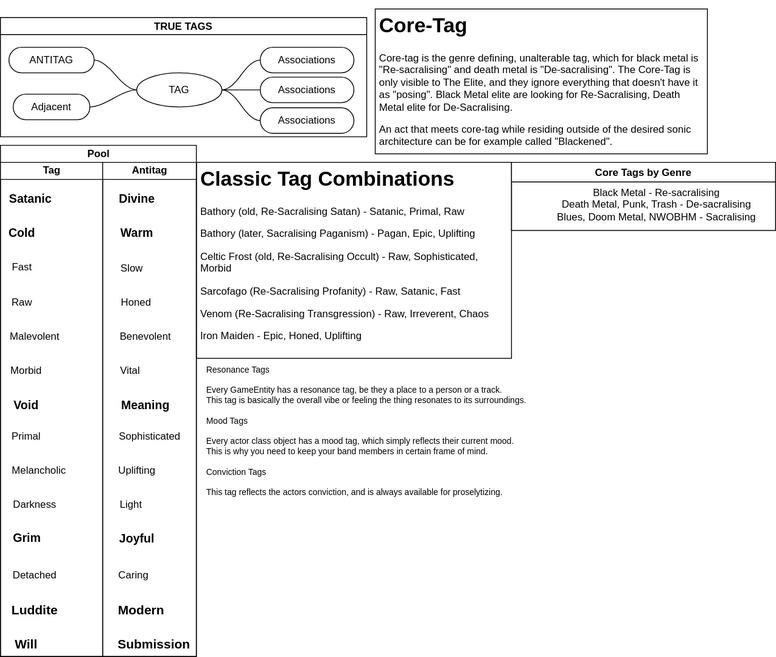
Above: TheProspector/Assets/Schematics/TRUE.svg in SakuNurmiranta/TheProspector (draw.io), before the change. Source tidied: cells renumbered, new cells last; positions are measured from the earlier drawing's top-left corner, leaving out a move shared by most shapes.
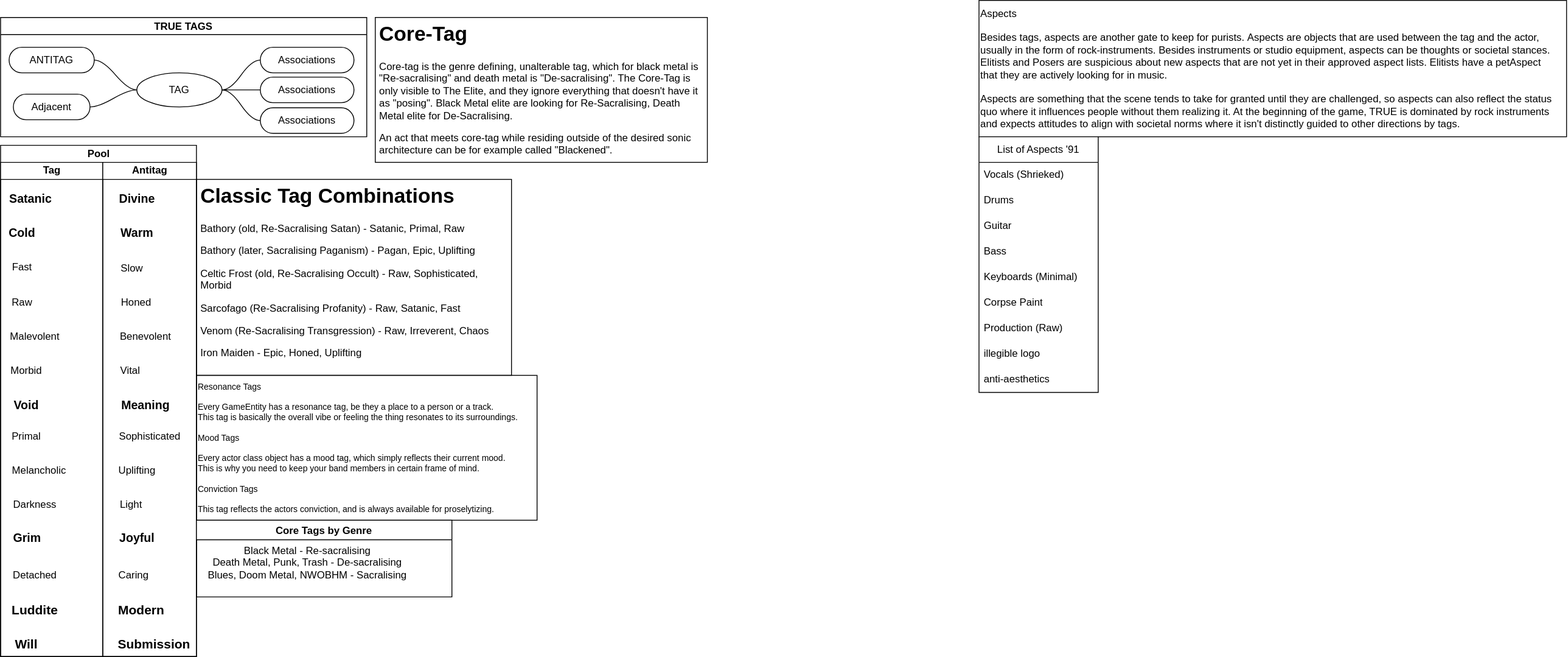
The same diagram one commit later.

Commit message:
Worked with designing a structure, and came up with Aspects and Resonance system

The edit, as a diff of the source:
```diff
@@ -3,7 +3,7 @@
     <mxCell id="0" />
     <mxCell id="1" parent="0" />
     <mxCell id="2" value="TRUE TAGS" style="swimlane;startSize=20;horizontal=1;containerType=tree;" parent="1" vertex="1">
-      <mxGeometry y="10" width="430" height="140" as="geometry" />
+      <mxGeometry x="-80" y="-40" width="430" height="140" as="geometry" />
     </mxCell>
     <mxCell id="3" style="edgeStyle=entityRelationEdgeStyle;startArrow=none;endArrow=none;segment=10;curved=1;sourcePerimeterSpacing=0;targetPerimeterSpacing=0;rounded=0;" parent="2" edge="1" source="8" target="9">
       <mxGeometry relative="1" as="geometry" />
@@ -39,7 +39,7 @@
       <mxGeometry x="15" y="90" width="90" height="30" as="geometry" />
     </mxCell>
     <mxCell id="14" value="Pool" style="swimlane;startSize=20;html=1;" parent="1" vertex="1">
-      <mxGeometry y="160" width="230" height="600" as="geometry" />
+      <mxGeometry x="-80" y="110" width="230" height="600" as="geometry" />
     </mxCell>
     <mxCell id="15" value="Tag" style="swimlane;startSize=20;html=1;" parent="14" vertex="1">
       <mxGeometry y="20" width="120" height="580" as="geometry" />
@@ -132,19 +132,52 @@
       <mxGeometry x="5" y="550" width="110" height="30" as="geometry" />
     </mxCell>
     <mxCell id="45" value="&lt;h1&gt;Classic Tag Combinations&lt;/h1&gt;&lt;p&gt;Bathory (old, Re-Sacralising Satan) - Satanic, Primal, Raw&lt;/p&gt;&lt;p&gt;Bathory (later, Sacralising Paganism) - Pagan, Epic, Uplifting&lt;/p&gt;&lt;p&gt;Celtic Frost (old, Re-Sacralising Occult) - Raw, Sophisticated, Morbid&lt;/p&gt;&lt;p&gt;Sarcofago (Re-Sacralising Profanity) - Raw, Satanic, Fast&amp;nbsp;&lt;/p&gt;&lt;p&gt;Venom (Re-Sacralising Transgression) - Raw, Irreverent, Chaos&lt;/p&gt;&lt;p&gt;Iron Maiden - Epic, Honed, Uplifting&lt;/p&gt;" style="text;html=1;strokeColor=default;fillColor=none;spacing=5;spacingTop=-20;whiteSpace=wrap;overflow=hidden;rounded=0;" parent="1" vertex="1">
-      <mxGeometry x="230" y="180" width="370" height="230" as="geometry" />
+      <mxGeometry x="150" y="150" width="370" height="230" as="geometry" />
     </mxCell>
     <mxCell id="46" value="&lt;h1&gt;Core-Tag&lt;/h1&gt;&lt;p&gt;Core-tag is the genre defining, unalterable tag, which for black metal is &quot;Re-sacralising&quot; and death metal is &quot;De-sacralising&quot;. The Core-Tag is only visible to The Elite, and they ignore everything that doesn't have it as &quot;posing&quot;. Black Metal elite are looking for Re-Sacralising, Death Metal elite for De-Sacralising.&amp;nbsp;&lt;/p&gt;&lt;p&gt;An act that meets core-tag while residing outside of the desired sonic architecture can be for example called &quot;Blackened&quot;.&lt;/p&gt;" style="text;html=1;strokeColor=default;fillColor=none;spacing=5;spacingTop=-20;whiteSpace=wrap;overflow=hidden;rounded=0;" parent="1" vertex="1">
-      <mxGeometry x="440" width="390" height="170" as="geometry" />
+      <mxGeometry x="360" y="-40" width="390" height="170" as="geometry" />
     </mxCell>
     <mxCell id="47" value="Core Tags by Genre" style="swimlane;" parent="1" vertex="1">
-      <mxGeometry x="600" y="180" width="310" height="80" as="geometry" />
+      <mxGeometry x="150" y="550" width="300" height="90" as="geometry" />
     </mxCell>
+    <mxCell id="49" value="Resonance Tags&lt;br style=&quot;font-size: 10px;&quot;&gt;&lt;br style=&quot;font-size: 10px;&quot;&gt;Every GameEntity has a resonance tag, be they a place to a person or a track.&lt;br style=&quot;font-size: 10px;&quot;&gt;This tag is basically the overall vibe or feeling the thing resonates to its surroundings.&lt;br style=&quot;font-size: 10px;&quot;&gt;&lt;br style=&quot;font-size: 10px;&quot;&gt;Mood Tags&lt;br style=&quot;font-size: 10px;&quot;&gt;&lt;br style=&quot;font-size: 10px;&quot;&gt;Every actor class object has a mood tag, which simply reflects their current mood. &lt;br style=&quot;font-size: 10px;&quot;&gt;This is why you need to keep your band members in certain frame of mind.&lt;br style=&quot;font-size: 10px;&quot;&gt;&lt;br style=&quot;font-size: 10px;&quot;&gt;Conviction Tags&lt;br style=&quot;font-size: 10px;&quot;&gt;&lt;br style=&quot;font-size: 10px;&quot;&gt;This tag reflects the actors conviction, and is always available for proselytizing." style="text;html=1;align=left;verticalAlign=middle;strokeColor=default;fillColor=none;fontSize=10;" parent="1" vertex="1">
+      <mxGeometry x="150" y="380" width="400" height="170" as="geometry" />
+    </mxCell>
+    <mxCell id="50" value="Aspects&lt;br&gt;&lt;br&gt;Besides tags, aspects are another gate to keep for purists.&amp;nbsp;Aspects are objects that are used between the tag and the actor, &lt;br&gt;usually in the form of rock-instruments. Besides instruments or studio equipment, aspects can be thoughts or societal stances. &lt;br&gt;Elitists and Posers are suspicious about new aspects that are not yet in their approved aspect lists.&amp;nbsp;Elitists have a petAspect &lt;br&gt;that they are actively looking for in music.&lt;br&gt;&lt;br&gt;Aspects are something that the scene tends to take for granted until they are challenged, so aspects can also reflect the status &lt;br&gt;quo where it influences people without them realizing it. At the beginning of the game, TRUE is dominated by rock instruments&lt;br&gt;and expects attitudes to align with societal norms where it isn't distinctly guided to other directions by tags.&amp;nbsp;" style="text;html=1;align=left;verticalAlign=middle;strokeColor=default;fillColor=none;" parent="1" vertex="1">
+      <mxGeometry x="1069" y="-60" width="690" height="160" as="geometry" />
+    </mxCell>
-    <mxCell id="48" value="Black Metal - Re-sacralising&lt;br&gt;Death Metal, Punk, Trash - De-sacralising&lt;br&gt;Blues, Doom Metal, NWOBHM - Sacralising" style="text;html=1;align=center;verticalAlign=middle;strokeColor=none;fillColor=none;" parent="47" vertex="1">
-      <mxGeometry x="40" y="20" width="260" height="60" as="geometry" />
+    <mxCell id="48" value="Black Metal - Re-sacralising&lt;br&gt;Death Metal, Punk, Trash - De-sacralising&lt;br&gt;Blues, Doom Metal, NWOBHM - Sacralising" style="text;html=1;align=center;verticalAlign=middle;strokeColor=none;fillColor=none;" parent="1" vertex="1">
+      <mxGeometry x="150" y="570" width="260" height="60" as="geometry" />
     </mxCell>
-    <mxCell id="49" value="Resonance Tags&lt;br style=&quot;font-size: 10px;&quot;&gt;&lt;br style=&quot;font-size: 10px;&quot;&gt;Every GameEntity has a resonance tag, be they a place to a person or a track.&lt;br style=&quot;font-size: 10px;&quot;&gt;This tag is basically the overall vibe or feeling the thing resonates to its surroundings.&lt;br style=&quot;font-size: 10px;&quot;&gt;&lt;br style=&quot;font-size: 10px;&quot;&gt;Mood Tags&lt;br style=&quot;font-size: 10px;&quot;&gt;&lt;br style=&quot;font-size: 10px;&quot;&gt;Every actor class object has a mood tag, which simply reflects their current mood. &lt;br style=&quot;font-size: 10px;&quot;&gt;This is why you need to keep your band members in certain frame of mind.&lt;br style=&quot;font-size: 10px;&quot;&gt;&lt;br style=&quot;font-size: 10px;&quot;&gt;Conviction Tags&lt;br style=&quot;font-size: 10px;&quot;&gt;&lt;br style=&quot;font-size: 10px;&quot;&gt;This tag reflects the actors conviction, and is always available for proselytizing." style="text;html=1;align=left;verticalAlign=middle;strokeColor=none;fillColor=none;fontSize=10;" parent="1" vertex="1">
-      <mxGeometry x="240" y="410" width="400" height="170" as="geometry" />
-    </mxCell>
+    <mxCell id="51" value="List of Aspects '91" style="swimlane;fontStyle=0;horizontal=1;startSize=30;whiteSpace=wrap;html=1;" parent="1" vertex="1">
+      <mxGeometry x="1069" y="100" width="140" height="300" as="geometry" />
+    </mxCell>
+    <mxCell id="52" value="Vocals (Shrieked)" style="text;strokeColor=none;fillColor=none;align=left;verticalAlign=middle;spacingLeft=4;spacingRight=4;overflow=hidden;whiteSpace=wrap;html=1;" parent="51" vertex="1">
+      <mxGeometry y="30" width="140" height="30" as="geometry" />
+    </mxCell>
+    <mxCell id="53" value="Drums" style="text;strokeColor=none;fillColor=none;align=left;verticalAlign=middle;spacingLeft=4;spacingRight=4;overflow=hidden;whiteSpace=wrap;html=1;" parent="51" vertex="1">
+      <mxGeometry y="60" width="140" height="30" as="geometry" />
+    </mxCell>
+    <mxCell id="54" value="Guitar" style="text;strokeColor=none;fillColor=none;align=left;verticalAlign=middle;spacingLeft=4;spacingRight=4;overflow=hidden;whiteSpace=wrap;html=1;" parent="51" vertex="1">
+      <mxGeometry y="90" width="140" height="30" as="geometry" />
+    </mxCell>
+    <mxCell id="55" value="Bass" style="text;strokeColor=none;fillColor=none;align=left;verticalAlign=middle;spacingLeft=4;spacingRight=4;overflow=hidden;whiteSpace=wrap;html=1;" parent="51" vertex="1">
+      <mxGeometry y="120" width="140" height="30" as="geometry" />
+    </mxCell>
+    <mxCell id="56" value="Keyboards (Minimal)" style="text;strokeColor=none;fillColor=none;align=left;verticalAlign=middle;spacingLeft=4;spacingRight=4;overflow=hidden;whiteSpace=wrap;html=1;" parent="51" vertex="1">
+      <mxGeometry y="150" width="140" height="30" as="geometry" />
+    </mxCell>
+    <mxCell id="57" value="Corpse Paint" style="text;strokeColor=none;fillColor=none;align=left;verticalAlign=middle;spacingLeft=4;spacingRight=4;overflow=hidden;whiteSpace=wrap;html=1;" parent="51" vertex="1">
+      <mxGeometry y="180" width="140" height="30" as="geometry" />
+    </mxCell>
+    <mxCell id="58" value="Production (Raw)" style="text;strokeColor=none;fillColor=none;align=left;verticalAlign=middle;spacingLeft=4;spacingRight=4;overflow=hidden;whiteSpace=wrap;html=1;" parent="51" vertex="1">
+      <mxGeometry y="210" width="140" height="30" as="geometry" />
+    </mxCell>
+    <mxCell id="59" value="illegible logo" style="text;strokeColor=none;fillColor=none;align=left;verticalAlign=middle;spacingLeft=4;spacingRight=4;overflow=hidden;whiteSpace=wrap;html=1;" parent="51" vertex="1">
+      <mxGeometry y="240" width="140" height="30" as="geometry" />
+    </mxCell>
+    <mxCell id="60" value="anti-aesthetics" style="text;strokeColor=none;fillColor=none;align=left;verticalAlign=middle;spacingLeft=4;spacingRight=4;overflow=hidden;whiteSpace=wrap;html=1;" parent="51" vertex="1">
+      <mxGeometry y="270" width="140" height="30" as="geometry" />
+    </mxCell>
   </root>
 </mxGraphModel>
```
